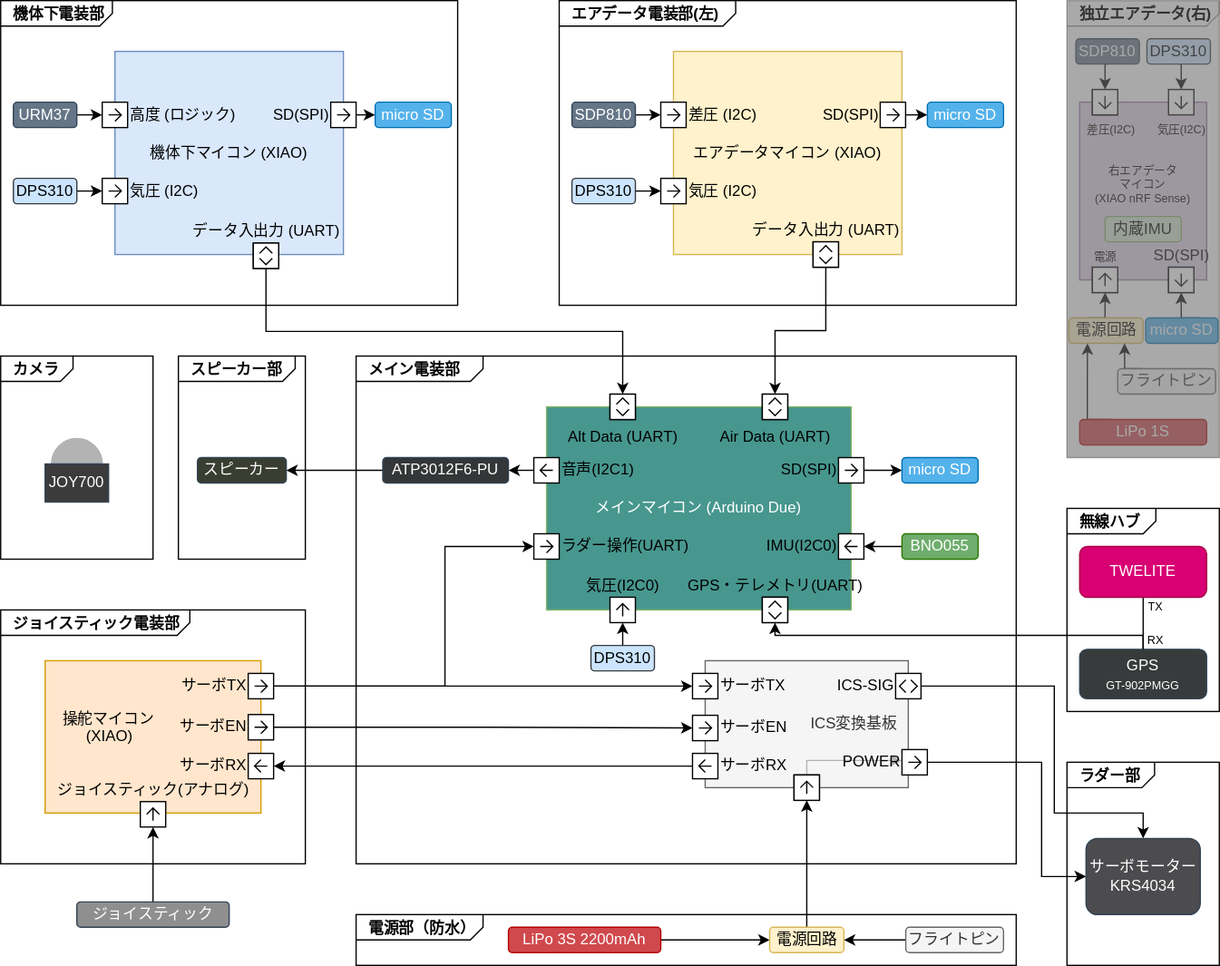
Before: images/blog/birdman-glider-avionics/overvirew.svg, a diagram exported from draw.io (771-8bit/771-8bit.github.io). Source tidied: cells renumbered, new cells last; positions are measured from the earlier drawing's top-left corner, leaving out a move shared by most shapes.
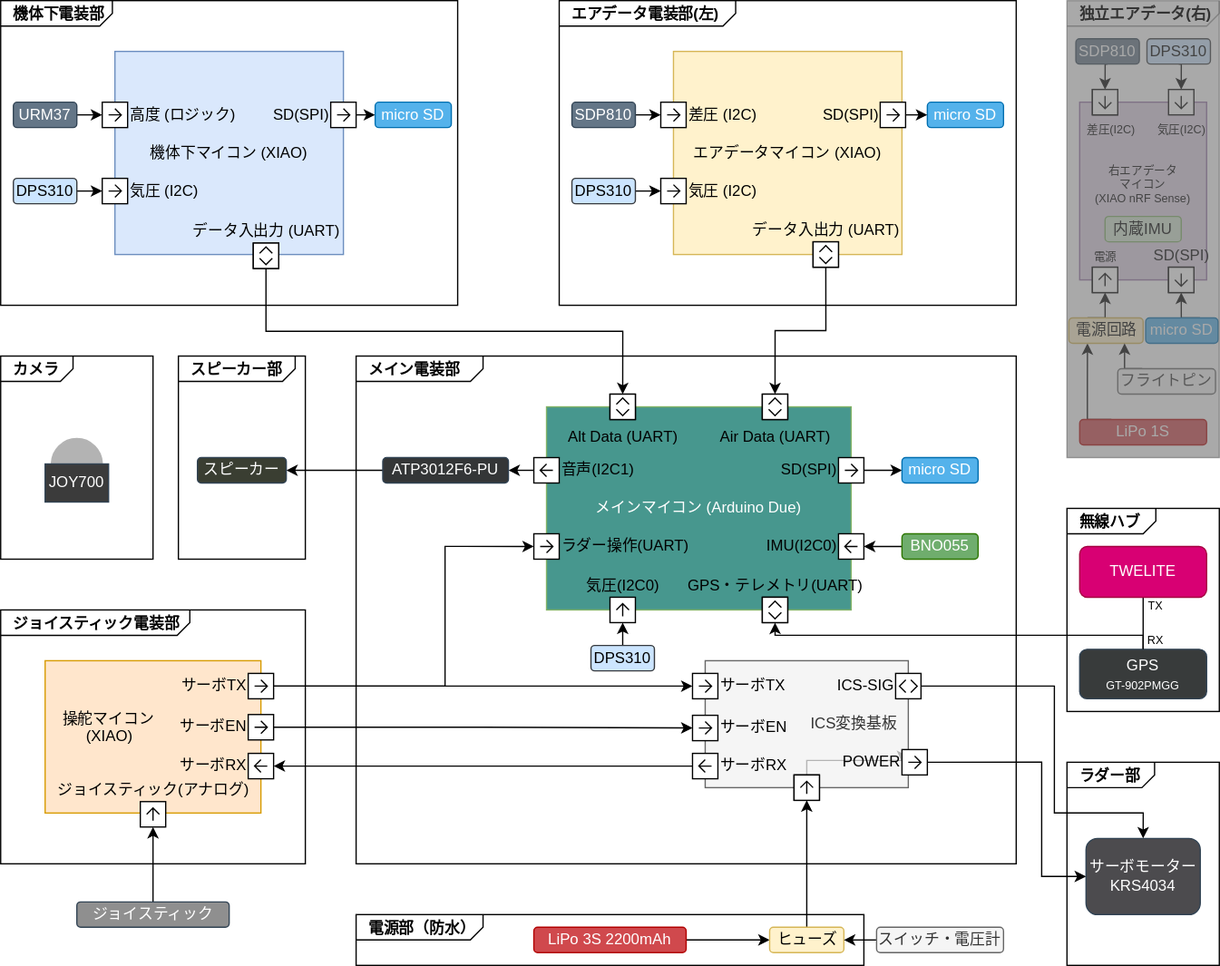
The same file after the commit.

Change to the diagram source:
```diff
@@ -401,13 +401,13 @@
       <mxGeometry y="55" width="20" height="20" as="geometry" />
     </mxCell>
     <mxCell id="106" value="&lt;p style=&quot;margin:0px;margin-top:4px;margin-left:10px;text-align:left;&quot;&gt;&lt;b&gt;電源部（防水）&lt;/b&gt;&lt;/p&gt;" style="html=1;shape=mxgraph.sysml.package;html=1;overflow=fill;whiteSpace=wrap;labelX=100.58;" parent="1" vertex="1">
-      <mxGeometry x="280" y="720" width="520" height="40" as="geometry" />
+      <mxGeometry x="280" y="720" width="400" height="40" as="geometry" />
     </mxCell>
     <mxCell id="107" style="edgeStyle=orthogonalEdgeStyle;rounded=0;jettySize=auto;html=1;exitX=1;exitY=0.5;exitDx=0;exitDy=0;fontSize=8;endArrow=classic;endFill=1;" parent="1" edge="1" source="108" target="111">
       <mxGeometry relative="1" as="geometry" />
     </mxCell>
     <mxCell id="108" value="LiPo 3S 2200mAh" style="rounded=1;whiteSpace=wrap;html=1;fillColor=#d0494d;strokeColor=#B20000;fontColor=#ffffff;" parent="1" vertex="1">
-      <mxGeometry x="400" y="730" width="120" height="20" as="geometry" />
+      <mxGeometry x="420" y="730" width="120" height="20" as="geometry" />
     </mxCell>
     <mxCell id="109" value="ジョイスティック(アナログ)" style="html=1;shape=mxgraph.sysml.port;html=1;sysMLPortType=flowW;labelPosition=center;verticalLabelPosition=top;align=center;verticalAlign=bottom;direction=south;" parent="1" vertex="1">
       <mxGeometry x="110" y="631" width="20" height="20" as="geometry" />
@@ -415,14 +415,14 @@
     <mxCell id="110" style="edgeStyle=orthogonalEdgeStyle;rounded=0;jettySize=auto;html=1;exitX=0.5;exitY=0;exitDx=0;exitDy=0;fontSize=8;endArrow=classic;endFill=1;" parent="1" edge="1" source="111" target="97">
       <mxGeometry relative="1" as="geometry" />
     </mxCell>
-    <mxCell id="111" value="電源回路" style="rounded=1;whiteSpace=wrap;html=1;fillColor=#fff2cc;strokeColor=#d6b656;" parent="1" vertex="1">
+    <mxCell id="111" value="ヒューズ" style="rounded=1;whiteSpace=wrap;html=1;fillColor=#fff2cc;strokeColor=#d6b656;" parent="1" vertex="1">
       <mxGeometry x="605.8" y="730" width="58.5" height="20" as="geometry" />
     </mxCell>
     <mxCell id="112" style="edgeStyle=orthogonalEdgeStyle;rounded=0;jettySize=auto;html=1;exitX=0;exitY=0.5;exitDx=0;exitDy=0;entryX=1;entryY=0.5;entryDx=0;entryDy=0;fontSize=8;endArrow=classic;endFill=1;" parent="1" edge="1" source="113" target="111">
       <mxGeometry relative="1" as="geometry" />
     </mxCell>
-    <mxCell id="113" value="フライトピン" style="rounded=1;whiteSpace=wrap;html=1;fontColor=#333333;fillColor=#f5f5f5;strokeColor=#666666;" parent="1" vertex="1">
-      <mxGeometry x="713" y="730" width="77" height="20" as="geometry" />
+    <mxCell id="113" value="スイッチ・電圧計" style="rounded=1;whiteSpace=wrap;html=1;fontColor=#333333;fillColor=#f5f5f5;strokeColor=#666666;" parent="1" vertex="1">
+      <mxGeometry x="690" y="730" width="100" height="20" as="geometry" />
     </mxCell>
     <mxCell id="114" style="html=1;shape=mxgraph.sysml.port;html=1;sysMLPortType=flowW;labelPosition=center;verticalLabelPosition=top;align=center;verticalAlign=bottom;direction=south;" parent="1" vertex="1">
       <mxGeometry x="625" y="610" width="20" height="20" as="geometry" />
```
